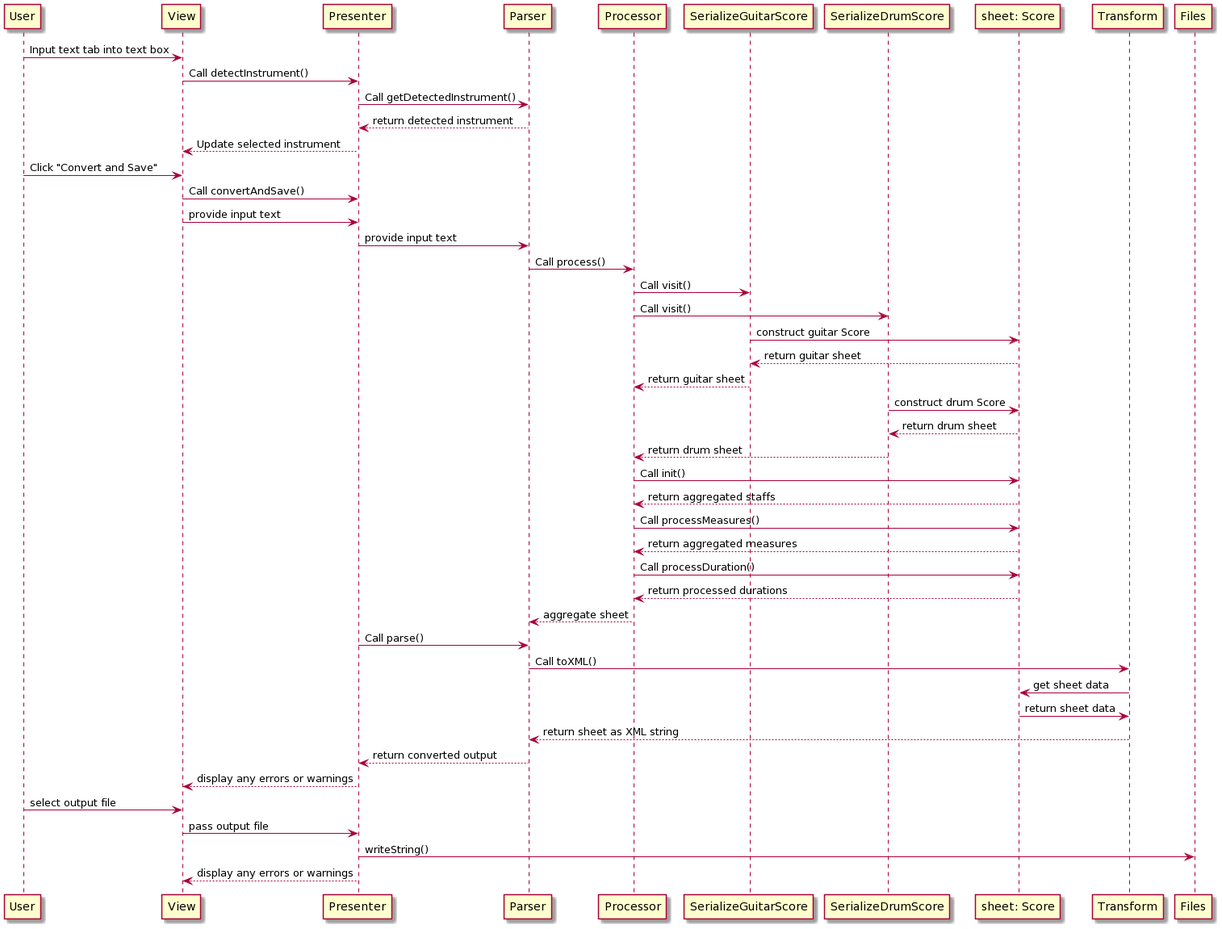
ahopk127/eecs2311-tab2xml keeps this PlantUML diagram as Documentation/Diagrams/convert-and-save-2.png. Above is the earlier version. The source it was exported from:
```plantuml
@startuml
User -> View : Input text tab into text box
View -> Presenter : Call detectInstrument()
Presenter -> Parser : Call getDetectedInstrument()
Presenter <-- Parser : return detected instrument
View <-- Presenter : Update selected instrument
User -> View : Click "Convert and Save"
View -> Presenter : Call convertAndSave()
View -> Presenter : provide input text
Presenter -> Parser : provide input text
Parser -> Processor : Call process()
Processor -> SerializeGuitarScore : Call visit()
Processor -> SerializeDrumScore : Call visit()
SerializeGuitarScore -> "sheet: Score" : construct guitar Score
SerializeGuitarScore <-- "sheet: Score" : return guitar sheet
Processor <-- SerializeGuitarScore : return guitar sheet
SerializeDrumScore -> "sheet: Score" : construct drum Score
SerializeDrumScore <-- "sheet: Score" : return drum sheet
Processor <-- SerializeDrumScore : return drum sheet
Processor -> "sheet: Score" : Call init()
Processor <-- "sheet: Score" : return aggregated staffs
Processor -> "sheet: Score" : Call processMeasures()
Processor <-- "sheet: Score" : return aggregated measures
Processor -> "sheet: Score" : Call processDuration()
Processor <-- "sheet: Score" : return processed durations
Parser <-- Processor : aggregate sheet
Presenter -> Parser : Call parse()
Parser -> Transform : Call toXML()
Transform -> "sheet: Score" : get sheet data
"sheet: Score" -> Transform : return sheet data
Parser <-- Transform : return sheet as XML string
Presenter <-- Parser : return converted output
View <-- Presenter : display any errors or warnings
User -> View : select output file
View -> Presenter : pass output file
Presenter -> Files : writeString()
View <-- Presenter : display any errors or warnings
@enduml
```
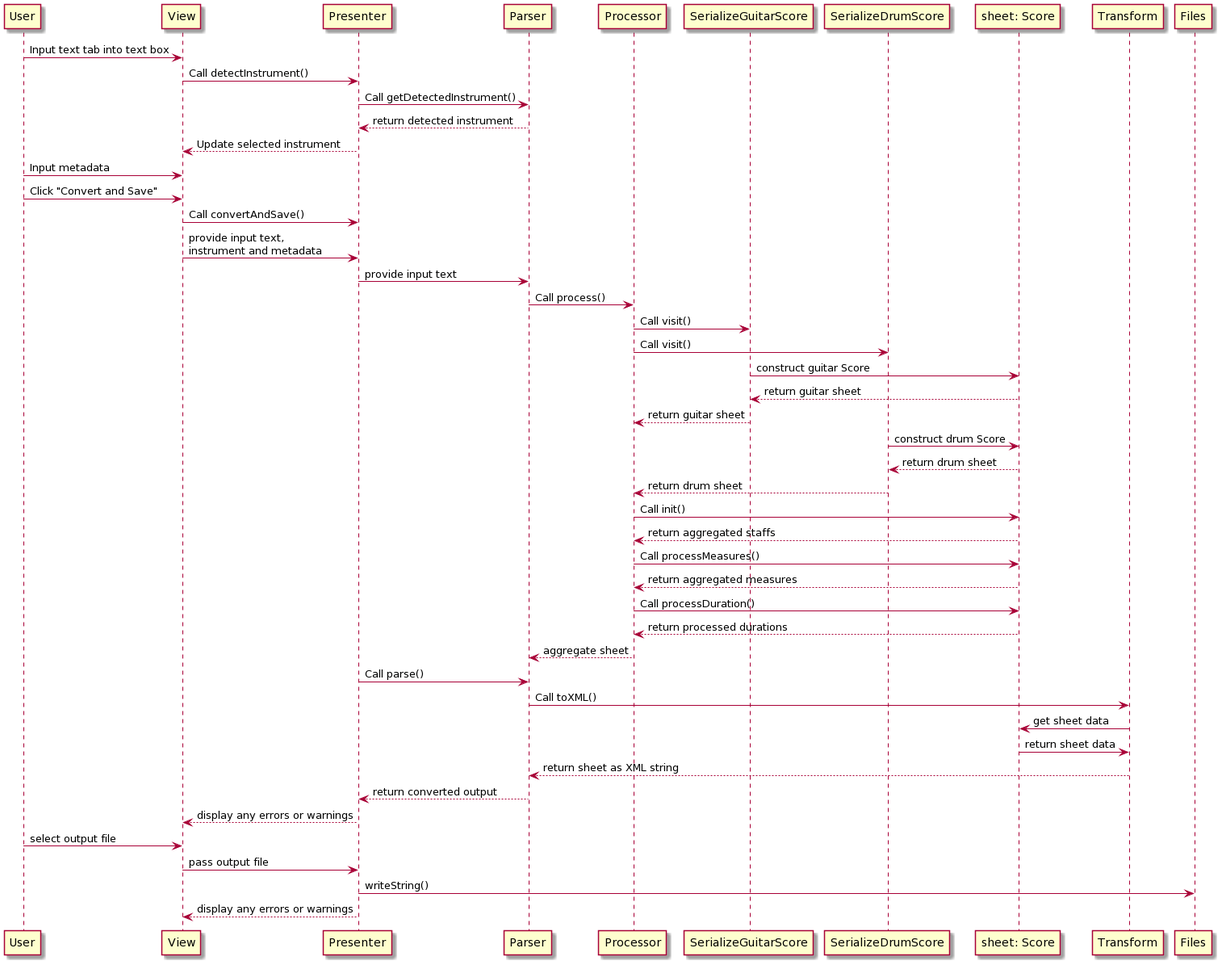
After the commit.

Diff of the diagram source:
```diff
@@ -4,9 +4,10 @@
 Presenter -> Parser : Call getDetectedInstrument()
 Presenter <-- Parser : return detected instrument
 View <-- Presenter : Update selected instrument
+User -> View : Input metadata
 User -> View : Click "Convert and Save"
 View -> Presenter : Call convertAndSave()
-View -> Presenter : provide input text
+View -> Presenter : provide input text, \ninstrument and metadata
 Presenter -> Parser : provide input text
 Parser -> Processor : Call process()
 Processor -> SerializeGuitarScore : Call visit()
```
